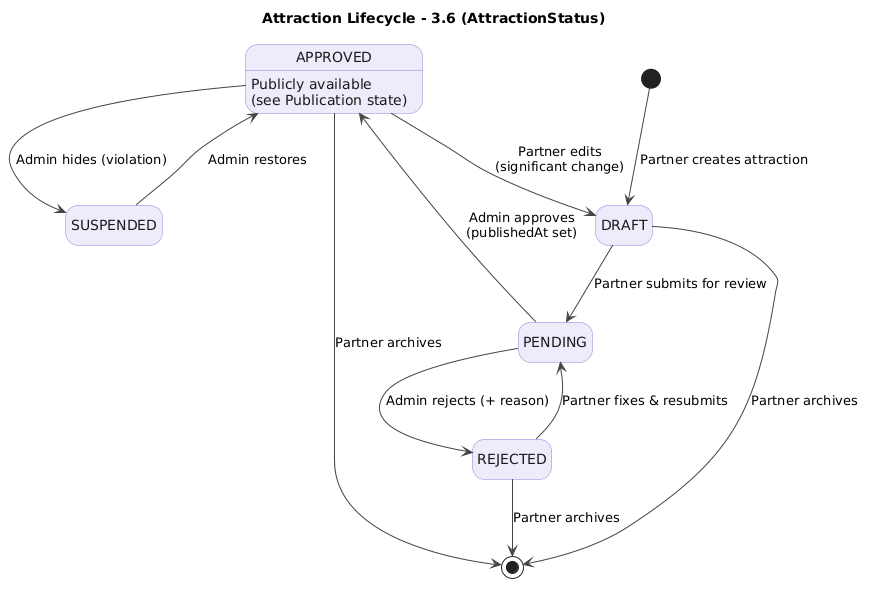
SUMMER2026SE/swp391-rbl-project-team_5 keeps this PlantUML diagram as docs/diagrams/state_diagrams/sd_36_attraction.png. Above is the earlier version.
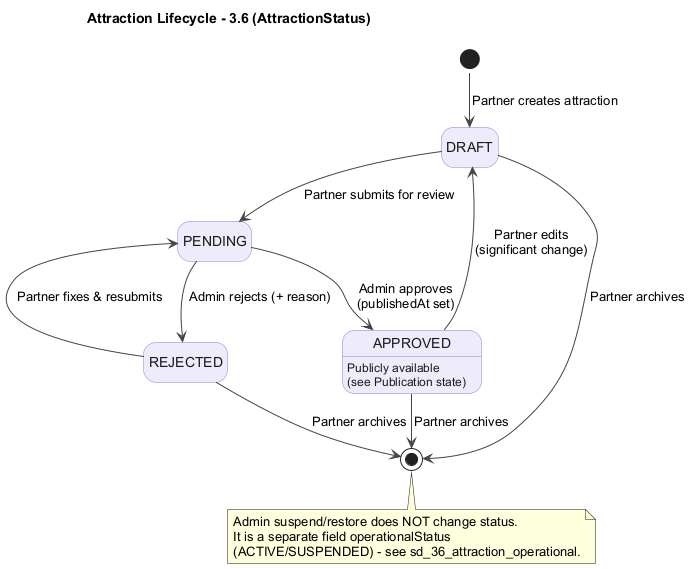
After the change.

Change to the diagram source:
```diff
@@ -1,4 +1,5 @@
 @startuml
+!pragma layout smetana
 title Attraction Lifecycle - 3.6 (AttractionStatus)
 skinparam shadowing false
 skinparam defaultFontName Arial
@@ -16,11 +17,15 @@
 PENDING --> APPROVED : Admin approves\n(publishedAt set)
 PENDING --> REJECTED : Admin rejects (+ reason)
 APPROVED --> DRAFT : Partner edits\n(significant change)
-APPROVED --> SUSPENDED : Admin hides (violation)
-SUSPENDED --> APPROVED : Admin restores
 DRAFT --> [*] : Partner archives
 REJECTED --> [*] : Partner archives
 APPROVED --> [*] : Partner archives
 
 APPROVED : Publicly available\n(see Publication state)
+
+note bottom
+  Admin suspend/restore does NOT change status.
+  It is a separate field operationalStatus
+  (ACTIVE/SUSPENDED) - see sd_36_attraction_operational.
+end note
 @enduml
```
